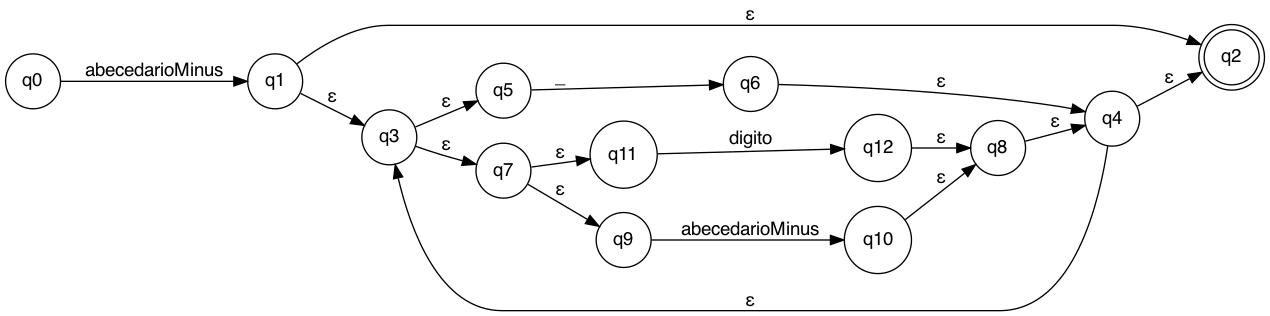
Above: src/reports/AFND_202112145/identificador.png in danielcuque/OLC1_Proyecto1_202112145 (Graphviz), before the change. Its source is kept beside it as src/reports/AFND_202112145/identificador.dot. Source of this version:
```dot
digraph identificador {
	node [fontname="Helvetica,Arial,sans-serif"]
	edge [fontname="Helvetica,Arial,sans-serif"]
	rankdir=LR;
	node [shape = doublecircle]; q2;
	node [shape = circle];
	q0 -> q1 [label="abecedarioMinus"];
	q1 -> q2 [label="ε"];
	q1 -> q3 [label="ε"];
	q3 -> q5 [label="ε"];
	q3 -> q7 [label="ε"];
	q4 -> q2 [label="ε"];
	q4 -> q3 [label="ε"];
	q5 -> q6 [label="_"];
	q6 -> q4 [label="ε"];
	q7 -> q11 [label="ε"];
	q7 -> q9 [label="ε"];
	q8 -> q4 [label="ε"];
	q9 -> q10 [label="abecedarioMinus"];
	q10 -> q8 [label="ε"];
	q11 -> q12 [label="digito"];
	q12 -> q8 [label="ε"];
}
```
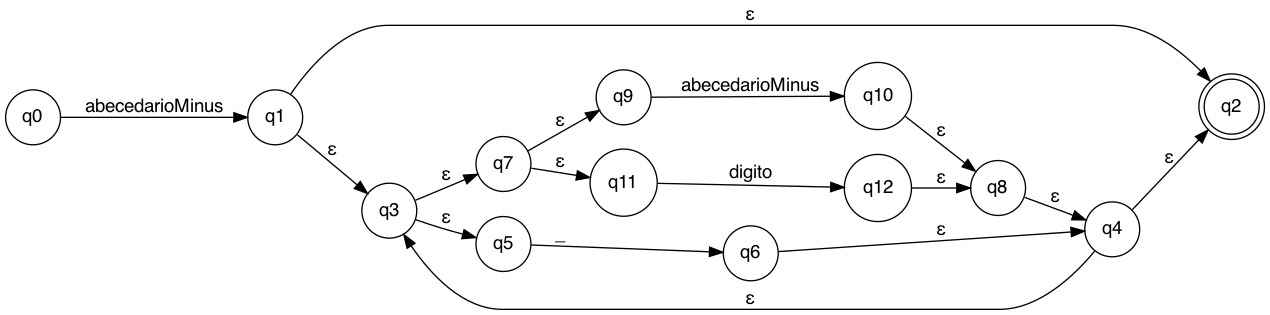
After the commit.

Change to the diagram source:
```diff
@@ -7,14 +7,14 @@
 	q0 -> q1 [label="abecedarioMinus"];
 	q1 -> q2 [label="ε"];
 	q1 -> q3 [label="ε"];
+	q3 -> q7 [label="ε"];
 	q3 -> q5 [label="ε"];
-	q3 -> q7 [label="ε"];
+	q4 -> q3 [label="ε"];
 	q4 -> q2 [label="ε"];
-	q4 -> q3 [label="ε"];
 	q5 -> q6 [label="_"];
 	q6 -> q4 [label="ε"];
+	q7 -> q9 [label="ε"];
 	q7 -> q11 [label="ε"];
-	q7 -> q9 [label="ε"];
 	q8 -> q4 [label="ε"];
 	q9 -> q10 [label="abecedarioMinus"];
 	q10 -> q8 [label="ε"];
```
